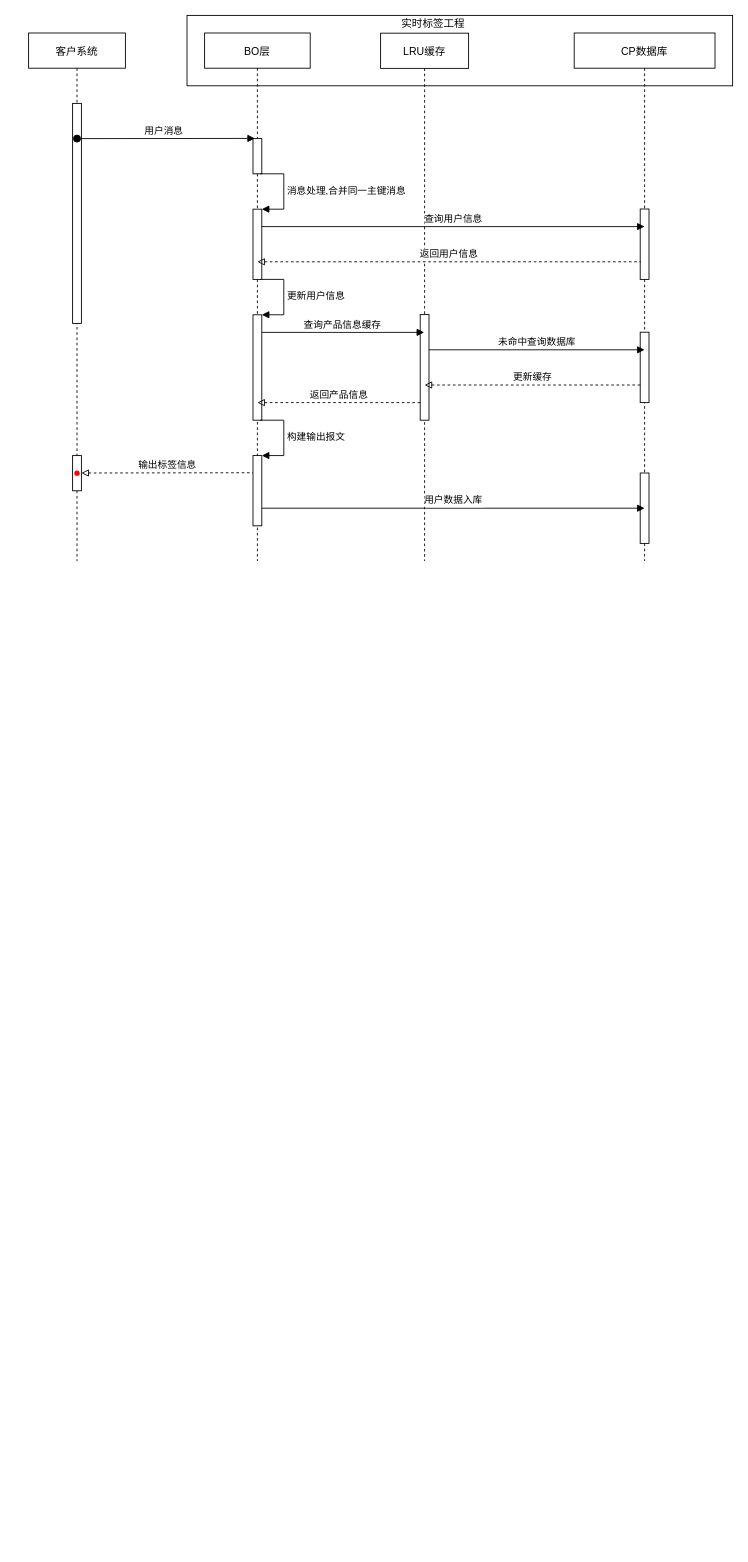
This is Untitled Diagram.drawio from liyuhan1/diagrams, a draw.io file, before an edit. Source tidied: cells renumbered, new cells numbered last; positions are measured from the earlier drawing's top-left corner, leaving out a move shared by most shapes. Both pictures are drawn from the tidied source at 88%, with x=0, y=0 at pixel (28, 15).
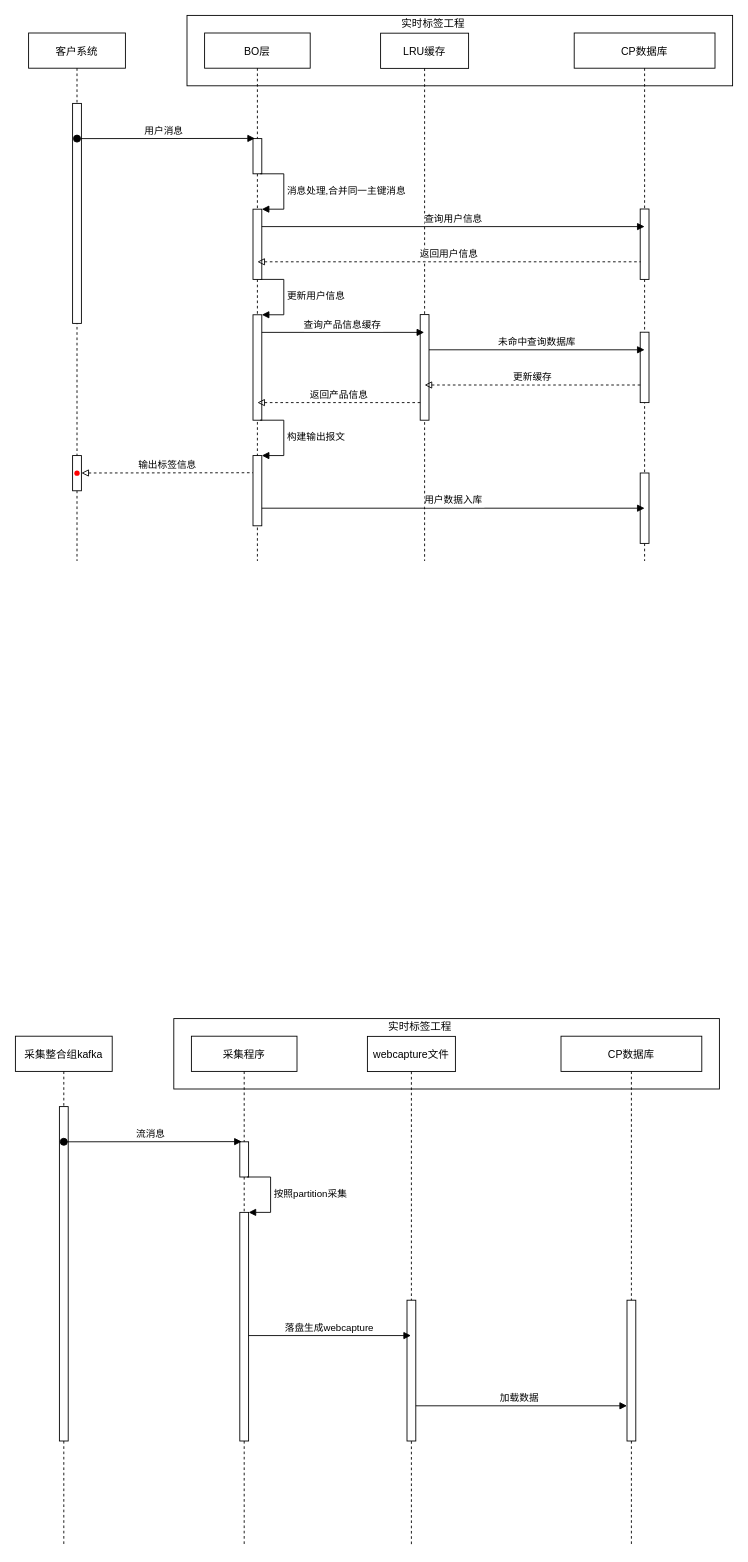
After the change.

What changed in the source:
```diff
@@
+    <mxCell id="31" style="rounded=0;whiteSpace=wrap;html=1;fillColor=none;" parent="1" vertex="1">
+      <mxGeometry x="165" y="1140" width="620" height="80" as="geometry" />
+    </mxCell>
+    <mxCell id="32" value="采集整合组kafka" style="shape=umlLifeline;perimeter=lifelinePerimeter;rounded=0;shadow=0;strokeWidth=1;" parent="1" vertex="1">
+      <mxGeometry x="-15" y="1160" width="110" height="580" as="geometry" />
+    </mxCell>
+    <mxCell id="33" style="perimeter=orthogonalPerimeter;rounded=0;shadow=0;strokeWidth=1;" parent="32" vertex="1">
+      <mxGeometry x="50" y="80" width="10" height="380" as="geometry" />
+    </mxCell>
+    <mxCell id="34" value="采集程序" style="shape=umlLifeline;perimeter=lifelinePerimeter;rounded=0;shadow=0;strokeWidth=1;" parent="1" vertex="1">
+      <mxGeometry x="185" y="1160" width="120" height="580" as="geometry" />
+    </mxCell>
+    <mxCell id="35" value="CP数据库" style="shape=umlLifeline;perimeter=lifelinePerimeter;rounded=0;shadow=0;strokeWidth=1;" parent="1" vertex="1">
+      <mxGeometry x="605" y="1160" width="160" height="580" as="geometry" />
+    </mxCell>
+    <mxCell id="36" style="html=1;perimeter=orthogonalPerimeter;" parent="35" vertex="1">
+      <mxGeometry x="75" y="300" width="10" height="160" as="geometry" />
+    </mxCell>
+    <mxCell id="37" value="加载数据" style="verticalAlign=bottom;endArrow=block;shadow=0;strokeWidth=1;" parent="35" edge="1">
+      <mxGeometry relative="1" as="geometry">
+        <mxPoint x="-170" y="420" as="sourcePoint" />
+        <mxPoint x="75" y="420" as="targetPoint" />
+      </mxGeometry>
+    </mxCell>
+    <mxCell id="38" style="points=[];perimeter=orthogonalPerimeter;rounded=0;shadow=0;strokeWidth=1;" parent="1" vertex="1">
+      <mxGeometry x="240" y="1280" width="10" height="40" as="geometry" />
+    </mxCell>
+    <mxCell id="39" style="html=1;points=[];perimeter=orthogonalPerimeter;" parent="1" vertex="1">
+      <mxGeometry x="240" y="1360.2" width="10" height="259.8" as="geometry" />
+    </mxCell>
+    <mxCell id="40" value="按照partition采集" style="edgeStyle=orthogonalEdgeStyle;html=1;align=left;spacingLeft=2;endArrow=block;rounded=0;entryX=1;entryY=0;exitX=0.82;exitY=0.995;exitDx=0;exitDy=0;exitPerimeter=0;" parent="1" edge="1" target="39">
+      <mxGeometry relative="1" as="geometry">
+        <mxPoint x="248.2" y="1320" as="sourcePoint" />
+        <Array as="points">
+          <mxPoint x="275" y="1320.2" />
+          <mxPoint x="275" y="1360.2" />
+        </Array>
+      </mxGeometry>
+    </mxCell>
+    <mxCell id="41" value="实时标签工程" style="text;html=1;strokeColor=none;fillColor=none;align=center;verticalAlign=middle;whiteSpace=wrap;rounded=0;" parent="1" vertex="1">
+      <mxGeometry x="385" y="1140" width="120" height="20" as="geometry" />
+    </mxCell>
+    <mxCell id="42" value="webcapture文件" style="shape=umlLifeline;perimeter=lifelinePerimeter;rounded=0;shadow=0;strokeWidth=1;" parent="1" vertex="1">
+      <mxGeometry x="385" y="1160.2" width="100" height="579.8" as="geometry" />
+    </mxCell>
+    <mxCell id="43" style="perimeter=orthogonalPerimeter;rounded=0;shadow=0;strokeWidth=1;" parent="1" vertex="1">
+      <mxGeometry x="430" y="1460" width="10" height="160" as="geometry" />
+    </mxCell>
+    <mxCell id="44" value="流消息" style="verticalAlign=bottom;startArrow=oval;endArrow=block;startSize=8;shadow=0;strokeWidth=1;entryX=0.22;entryY=-0.005;entryDx=0;entryDy=0;entryPerimeter=0;" parent="1" edge="1" target="38">
+      <mxGeometry x="-0.02" relative="1" as="geometry">
+        <mxPoint x="40" y="1280" as="sourcePoint" />
+      </mxGeometry>
+    </mxCell>
+    <mxCell id="45" value="落盘生成webcapture" style="verticalAlign=bottom;endArrow=block;shadow=0;strokeWidth=1;" parent="1" edge="1" target="42">
+      <mxGeometry relative="1" as="geometry">
+        <mxPoint x="250" y="1500.2" as="sourcePoint" />
+      </mxGeometry>
+    </mxCell>
```
